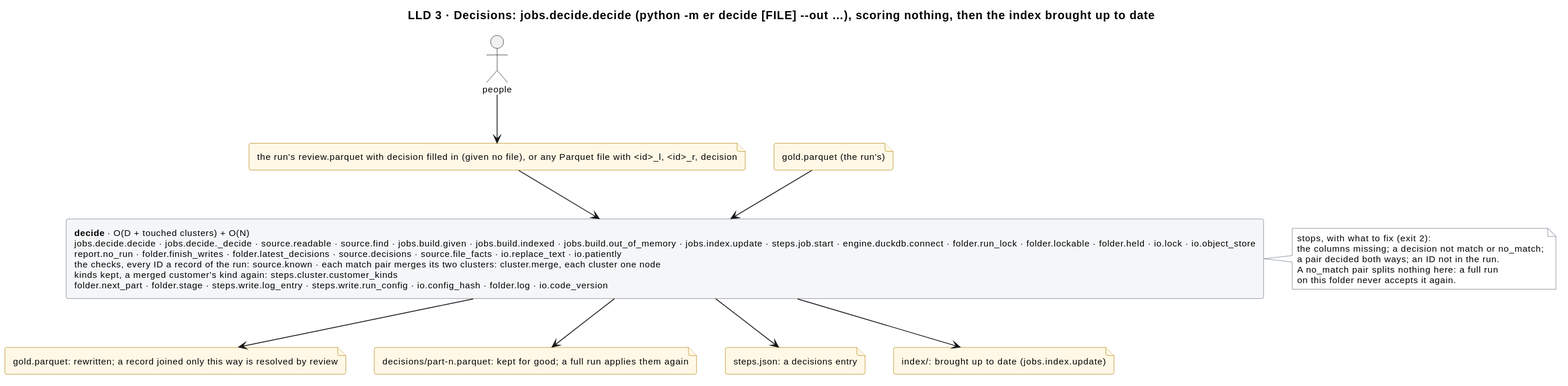
Before: docs/diagrams/decisions.svg, a diagram exported from PlantUML (mvsbm/entity_matching).
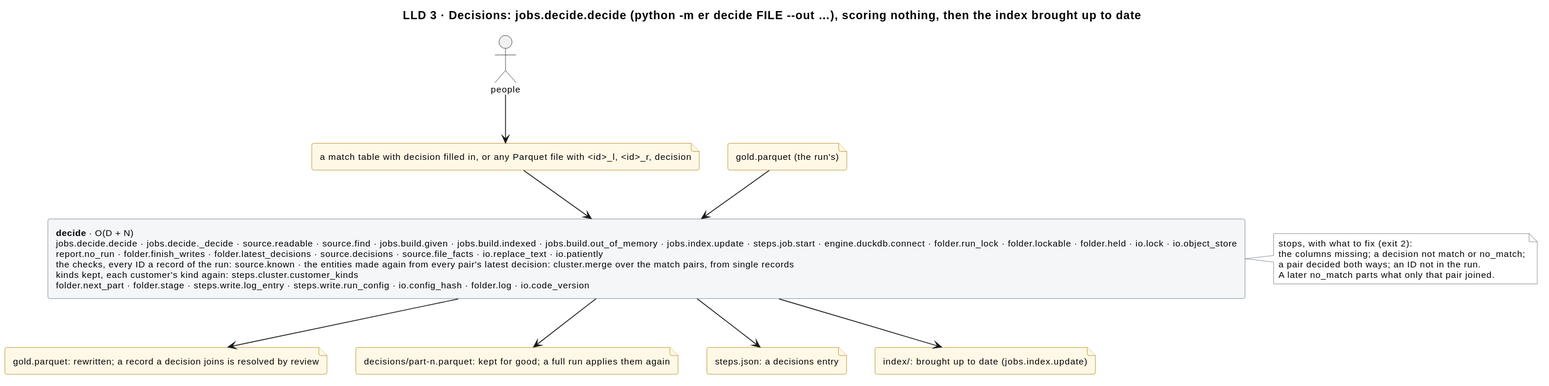
Later version of the same file.

Diff of the diagram source:
```diff
@@ -1,5 +1,5 @@
 @startuml
-title LLD 3 · Decisions: jobs.decide.decide (python -m er decide [FILE] ~--out …), scoring nothing, then the index brought up to date
+title LLD 3 · Decisions: jobs.decide.decide (python -m er decide FILE ~--out …), scoring nothing, then the index brought up to date
 skinparam defaultFontSize 11
 skinparam rectangle {
   BackgroundColor #F4F6F8
@@ -15,20 +15,19 @@
 }
 
 actor "people" as people
-file "the run's review.parquet with decision filled in (given no file), or any Parquet file with <id>_l, <id>_r, decision" as f_decided
+file "a match table with decision filled in, or any Parquet file with <id>_l, <id>_r, decision" as f_decided
 file "gold.parquet (the run's)" as f_gold_in
 
-rectangle "<b>decide</b> · O(D + touched clusters) + O(N)\njobs.decide.decide · jobs.decide._decide · source.readable · source.find · jobs.build.given · jobs.build.indexed · jobs.build.out_of_memory · jobs.index.update · steps.job.start · engine.duckdb.connect · folder.run_lock · folder.lockable · folder.held · io.lock · io.object_store\nreport.no_run · folder.finish_writes · folder.latest_decisions · source.decisions · source.file_facts · io.replace_text · io.patiently\nthe checks, every ID a record of the run: source.known · each match pair merges its two clusters: cluster.merge, each cluster one node\nkinds kept, a merged customer's kind again: steps.cluster.customer_kinds\nfolder.next_part · folder.stage · steps.write.log_entry · steps.write.run_config · io.config_hash · folder.log · io.code_version" as decide
+rectangle "<b>decide</b> · O(D + N)\njobs.decide.decide · jobs.decide._decide · source.readable · source.find · jobs.build.given · jobs.build.indexed · jobs.build.out_of_memory · jobs.index.update · steps.job.start · engine.duckdb.connect · folder.run_lock · folder.lockable · folder.held · io.lock · io.object_store\nreport.no_run · folder.finish_writes · folder.latest_decisions · source.decisions · source.file_facts · io.replace_text · io.patiently\nthe checks, every ID a record of the run: source.known · the entities made again from every pair's latest decision: cluster.merge over the match pairs, from single records\nkinds kept, each customer's kind again: steps.cluster.customer_kinds\nfolder.next_part · folder.stage · steps.write.log_entry · steps.write.run_config · io.config_hash · folder.log · io.code_version" as decide
 
 note right of decide
   stops, with what to fix (exit 2):
   the columns missing; a decision not match or no_match;
   a pair decided both ways; an ID not in the run.
-  A no_match pair splits nothing here: a full run
-  on this folder never accepts it again.
+  A later no_match parts what only that pair joined.
 end note
 
-file "gold.parquet: rewritten; a record joined only this way is resolved by review" as f_gold_out
+file "gold.parquet: rewritten; a record a decision joins is resolved by review" as f_gold_out
 file "decisions/part-n.parquet: kept for good; a full run applies them again" as f_kept
 file "steps.json: a decisions entry" as f_steps
 file "index/: brought up to date (jobs.index.update)" as f_index
```
